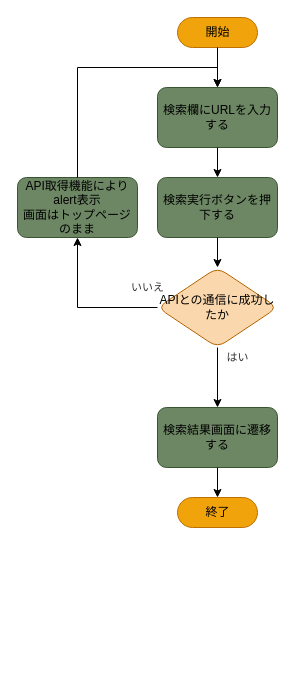
This is page "トップページから検索結果画面への遷移" (1 of 3) of doc/詳細設計.drawio from divergen371/tech-investigator, a draw.io file, before an edit. Source tidied: cells renumbered, new cells numbered last; positions are measured from the earlier drawing's top-left corner, leaving out a move shared by most shapes. Both pictures are drawn from the tidied source at 100%, with x=0, y=0 at pixel (17, 17).
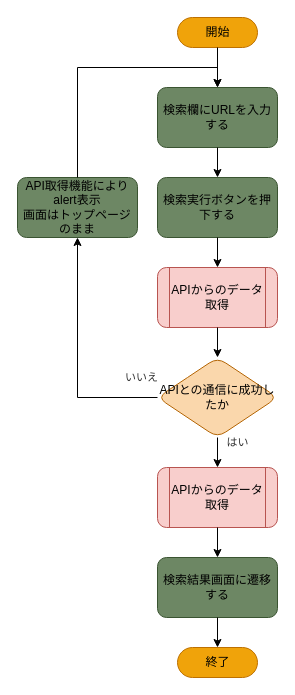
Above is the later version.

Unchanged cells that the change refers to:
```xml
<mxCell id="5" value="検索実行ボタンを押下する" style="rounded=1;whiteSpace=wrap;html=1;fillColor=#6d8764;strokeColor=#3A5431;fontColor=#000000;" parent="1" vertex="1">
  <mxGeometry x="140" y="160" width="120" height="60" as="geometry" />
</mxCell>
```

What changed in the source:
```diff
@@
     <mxCell id="7" value="検索結果画面に遷移する" style="rounded=1;whiteSpace=wrap;html=1;fillColor=#6d8764;strokeColor=#3A5431;fontColor=#000000;" parent="1" vertex="1">
-      <mxGeometry x="140" y="390" width="120" height="60" as="geometry" />
+      <mxGeometry x="140" y="540" width="120" height="60" as="geometry" />
     </mxCell>
-    <mxCell id="8" style="endArrow=classic;html=1;fontColor=#000000;exitX=0.5;exitY=1;exitDx=0;exitDy=0;entryX=0.5;entryY=0;entryDx=0;entryDy=0;" parent="1" edge="1" source="5" target="11">
+    <mxCell id="8" style="endArrow=classic;html=1;fontColor=#000000;exitX=0.5;exitY=1;exitDx=0;exitDy=0;entryX=0.5;entryY=0;entryDx=0;entryDy=0;" parent="1" edge="1" source="5" target="16">
       <mxGeometry relative="1" as="geometry" />
     </mxCell>
     <mxCell id="9" value="終了" style="html=1;dashed=0;whitespace=wrap;shape=mxgraph.dfd.start;fillColor=#f0a30a;strokeColor=#BD7000;fontColor=#000000;" parent="1" vertex="1">
-      <mxGeometry x="160" y="480" width="80" height="30" as="geometry" />
+      <mxGeometry x="160" y="630" width="80" height="30" as="geometry" />
     </mxCell>
@@
     <mxCell id="11" value="APIとの通信に成功したか" style="rhombus;whiteSpace=wrap;html=1;rounded=1;labelBackgroundColor=none;fillColor=#fad7ac;strokeColor=#b46504;" parent="1" vertex="1">
-      <mxGeometry x="140" y="250" width="120" height="80" as="geometry" />
+      <mxGeometry x="140" y="340" width="120" height="80" as="geometry" />
     </mxCell>
-    <mxCell id="12" value="はい" style="endArrow=classic;html=1;rounded=0;fontColor=#333333;exitX=0.5;exitY=1;exitDx=0;exitDy=0;entryX=0.5;entryY=0;entryDx=0;entryDy=0;" parent="1" edge="1" source="11" target="7">
+    <mxCell id="12" value="はい" style="endArrow=classic;html=1;rounded=0;fontColor=#333333;exitX=0.5;exitY=1;exitDx=0;exitDy=0;entryX=0.5;entryY=0;entryDx=0;entryDy=0;" parent="1" edge="1" source="11" target="18">
       <mxGeometry x="-0.67" y="20" relative="1" as="geometry" />
     </mxCell>
@@
+    <mxCell id="16" value="APIからのデータ取得" style="shape=process;whiteSpace=wrap;html=1;backgroundOutline=1;rounded=1;fillColor=#f8cecc;strokeColor=#b85450;" parent="1" vertex="1">
+      <mxGeometry x="140" y="250" width="120" height="60" as="geometry" />
+    </mxCell>
+    <mxCell id="17" style="endArrow=classic;html=1;exitX=0.5;exitY=1;exitDx=0;exitDy=0;entryX=0.5;entryY=0;entryDx=0;entryDy=0;" parent="1" edge="1" source="16" target="11">
+      <mxGeometry relative="1" as="geometry" />
+    </mxCell>
+    <mxCell id="18" value="APIからのデータ取得" style="shape=process;whiteSpace=wrap;html=1;backgroundOutline=1;rounded=1;fillColor=#f8cecc;strokeColor=#b85450;" parent="1" vertex="1">
+      <mxGeometry x="140" y="450" width="120" height="60" as="geometry" />
+    </mxCell>
+    <mxCell id="19" style="endArrow=classic;html=1;exitX=0.5;exitY=1;exitDx=0;exitDy=0;entryX=0.5;entryY=0;entryDx=0;entryDy=0;" parent="1" edge="1" source="18" target="7">
+      <mxGeometry relative="1" as="geometry" />
+    </mxCell>
```
